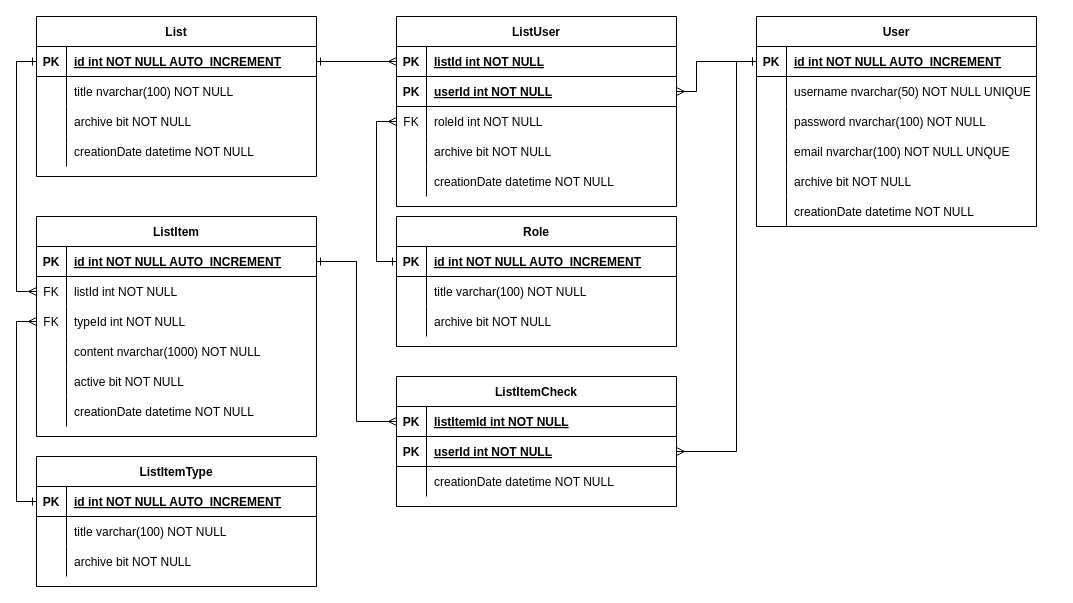
This is docs/TodoERM.drawio from jwiedenmann/tin21-sem4-todo-list, a draw.io file, before an edit. Source tidied: cells renumbered, new cells numbered last; positions are measured from the earlier drawing's top-left corner, leaving out a move shared by most shapes. Both pictures are drawn from the tidied source at 100%, with x=0, y=0 at pixel (36, 16).
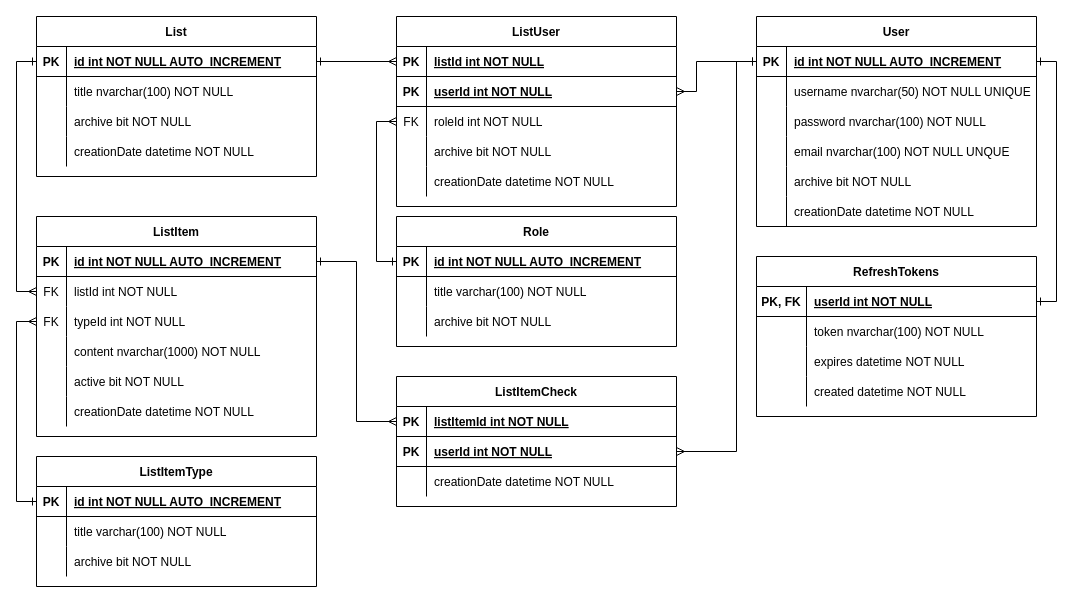
After the change.

Commit message (it also covers changes not shown here):
updated database schema

The change refers to these unchanged cells:
```xml
<mxCell id="3" style="shape=partialRectangle;fillColor=none;points=[[0,0.5],[1,0.5]];portConstraint=eastwest;top=0;left=0;right=0;bottom=1;" parent="2" vertex="1">
  <mxGeometry y="30" width="280" height="30" as="geometry" />
</mxCell>
```

What changed in the source:
```diff
@@
+    <mxCell id="106" value="RefreshTokens" style="shape=table;startSize=30;childLayout=tableLayout;rowLines=0;fontStyle=1;align=center;" parent="1" vertex="1">
+      <mxGeometry x="720" y="240" width="280" height="160" as="geometry" />
+    </mxCell>
+    <mxCell id="107" style="shape=partialRectangle;fillColor=none;points=[[0,0.5],[1,0.5]];portConstraint=eastwest;top=0;left=0;right=0;bottom=1;" parent="106" vertex="1">
+      <mxGeometry y="30" width="280" height="30" as="geometry" />
+    </mxCell>
+    <mxCell id="108" value="PK, FK" style="shape=partialRectangle;overflow=hidden;fillColor=none;top=0;left=0;bottom=0;right=0;fontStyle=1;" parent="107" vertex="1">
+      <mxGeometry width="50" height="30" as="geometry" />
+    </mxCell>
+    <mxCell id="109" value="userId int NOT NULL" style="shape=partialRectangle;overflow=hidden;fillColor=none;top=0;left=0;bottom=0;right=0;align=left;spacingLeft=6;fontStyle=5;" parent="107" vertex="1">
+      <mxGeometry x="50" width="230" height="30" as="geometry" />
+    </mxCell>
+    <mxCell id="110" style="shape=partialRectangle;fillColor=none;top=0;left=0;right=0;bottom=0;" parent="106" vertex="1">
+      <mxGeometry y="60" width="280" height="30" as="geometry" />
+    </mxCell>
+    <mxCell id="111" style="shape=partialRectangle;overflow=hidden;fillColor=none;top=0;left=0;bottom=0;right=0;" parent="110" vertex="1">
+      <mxGeometry width="50" height="30" as="geometry" />
+    </mxCell>
+    <mxCell id="112" value="token nvarchar(100) NOT NULL" style="shape=partialRectangle;overflow=hidden;fillColor=none;top=0;left=0;bottom=0;right=0;align=left;spacingLeft=6;" parent="110" vertex="1">
+      <mxGeometry x="50" width="230" height="30" as="geometry" />
+    </mxCell>
+    <mxCell id="113" style="shape=partialRectangle;fillColor=none;top=0;left=0;right=0;bottom=0;" parent="106" vertex="1">
+      <mxGeometry y="90" width="280" height="30" as="geometry" />
+    </mxCell>
+    <mxCell id="114" style="shape=partialRectangle;overflow=hidden;fillColor=none;top=0;left=0;bottom=0;right=0;" parent="113" vertex="1">
+      <mxGeometry width="50" height="30" as="geometry" />
+    </mxCell>
+    <mxCell id="115" value="expires datetime NOT NULL" style="shape=partialRectangle;overflow=hidden;fillColor=none;top=0;left=0;bottom=0;right=0;align=left;spacingLeft=6;" parent="113" vertex="1">
+      <mxGeometry x="50" width="230" height="30" as="geometry" />
+    </mxCell>
+    <mxCell id="116" style="shape=partialRectangle;fillColor=none;top=0;left=0;right=0;bottom=0;" parent="106" vertex="1">
+      <mxGeometry y="120" width="280" height="30" as="geometry" />
+    </mxCell>
+    <mxCell id="117" style="shape=partialRectangle;overflow=hidden;fillColor=none;top=0;left=0;bottom=0;right=0;" parent="116" vertex="1">
+      <mxGeometry width="50" height="30" as="geometry" />
+    </mxCell>
+    <mxCell id="118" value="created datetime NOT NULL" style="shape=partialRectangle;overflow=hidden;fillColor=none;top=0;left=0;bottom=0;right=0;align=left;spacingLeft=6;" parent="116" vertex="1">
+      <mxGeometry x="50" width="230" height="30" as="geometry" />
+    </mxCell>
+    <mxCell id="119" style="edgeStyle=orthogonalEdgeStyle;rounded=0;jettySize=auto;html=1;entryX=1;entryY=0.5;entryDx=0;entryDy=0;startArrow=ERone;startFill=0;endArrow=ERone;endFill=0;" parent="1" edge="1" source="3" target="107">
+      <mxGeometry relative="1" as="geometry">
+        <Array as="points">
+          <mxPoint x="1020" y="45" />
+          <mxPoint x="1020" y="285" />
+        </Array>
+      </mxGeometry>
+    </mxCell>
```
